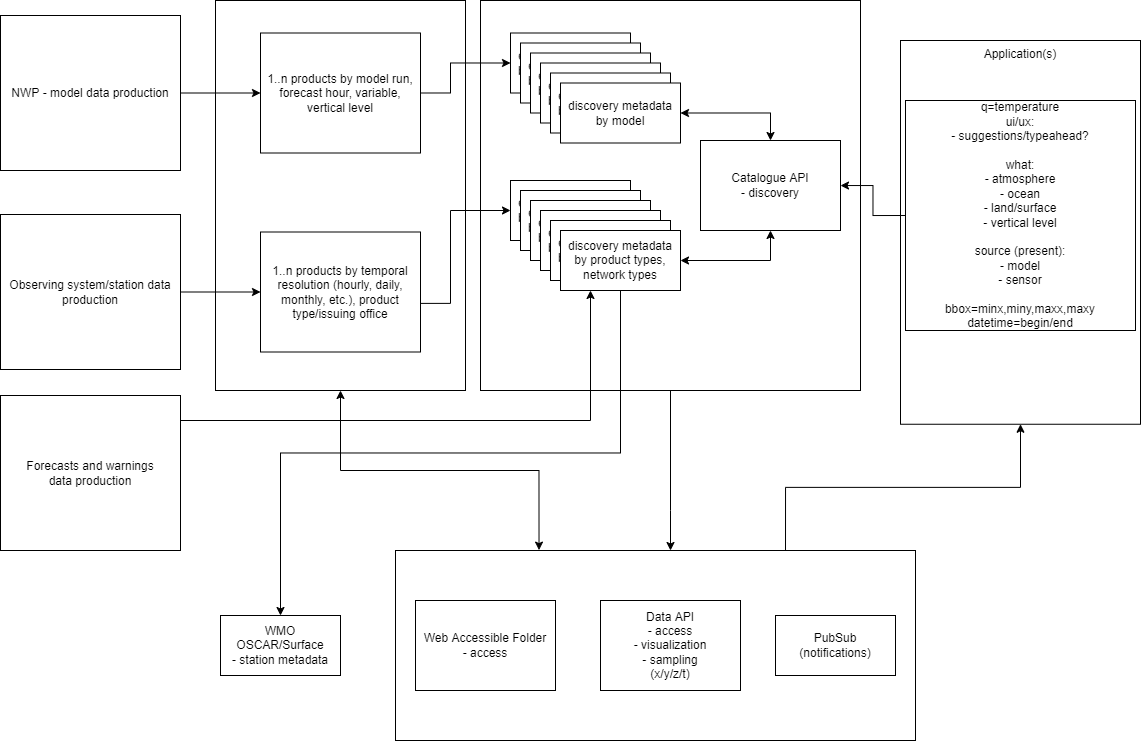
Above: standard/images/metadata-discovery-workflow.png in wmo-im/wcmp2 (draw.io), before the change. Source tidied: cells renumbered, new cells last; positions are measured from the earlier drawing's top-left corner, leaving out a move shared by most shapes.
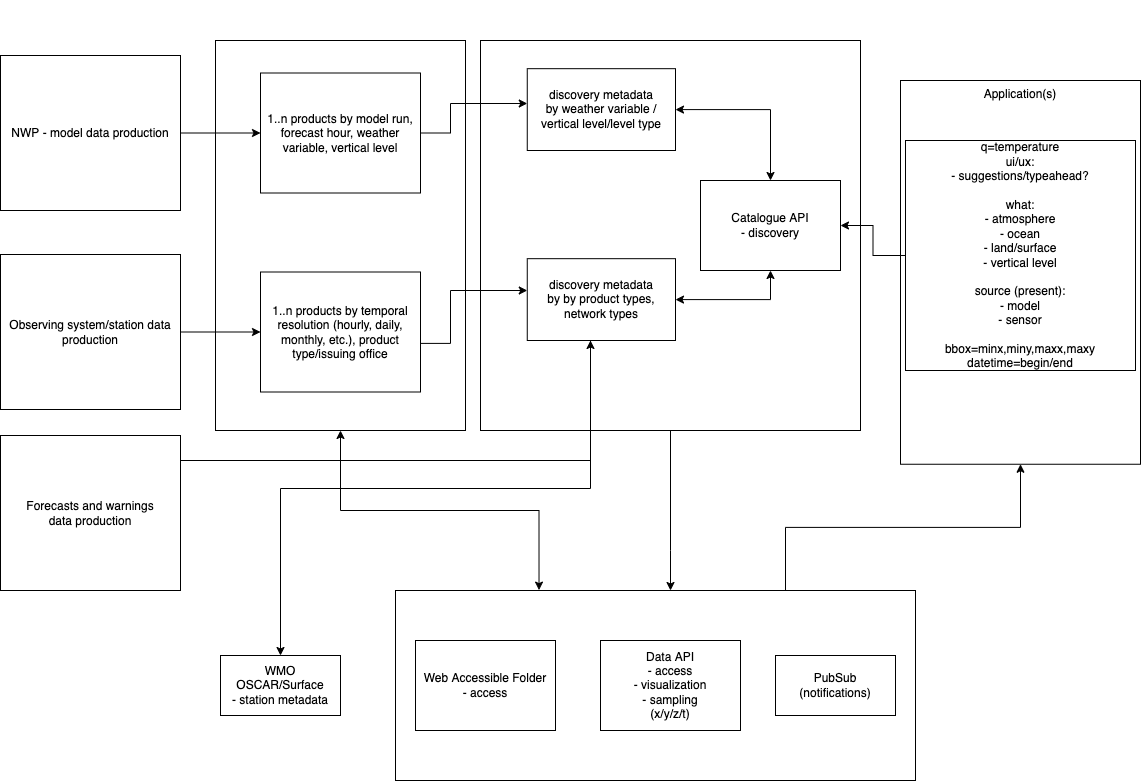
Later version of the same file.

What changed in the source:
```diff
@@ -28,37 +28,22 @@
     <mxCell id="8" value="q=temperature&lt;br&gt;ui/ux:&lt;br&gt;- suggestions/typeahead?&lt;br&gt;&lt;br&gt;what:&lt;br&gt;- atmosphere&lt;br&gt;- ocean&lt;br&gt;- land/surface&lt;br&gt;- vertical level&lt;br&gt;&lt;br&gt;source (present):&lt;br&gt;- model&lt;br&gt;- sensor&lt;br&gt;&lt;br&gt;bbox=minx,miny,maxx,maxy&lt;br&gt;datetime=begin/end" style="whiteSpace=wrap;html=1;" parent="1" vertex="1">
       <mxGeometry x="905" y="100" width="230" height="230" as="geometry" />
     </mxCell>
-    <mxCell id="9" value="1..n products by model run, forecast hour, variable, vertical level" style="rounded=0;whiteSpace=wrap;html=1;" parent="1" vertex="1">
+    <mxCell id="9" value="1..n products by model run, forecast hour, weather variable, vertical level" style="rounded=0;whiteSpace=wrap;html=1;" parent="1" vertex="1">
       <mxGeometry x="260" y="32.5" width="160" height="120" as="geometry" />
     </mxCell>
     <mxCell id="10" style="endArrow=classic;html=1;rounded=0;edgeStyle=orthogonalEdgeStyle;exitX=1;exitY=0.5;exitDx=0;exitDy=0;" parent="1" edge="1" source="6" target="9">
       <mxGeometry relative="1" as="geometry" />
     </mxCell>
     <mxCell id="11" style="group;" parent="1" vertex="1">
-      <mxGeometry x="510" y="32.5" width="170" height="110" as="geometry" />
+      <mxGeometry x="465" y="-40" width="210" height="150" as="geometry" />
     </mxCell>
     <mxCell id="12" style="group;" parent="11" vertex="1">
-      <mxGeometry width="170" height="110" as="geometry" />
+      <mxGeometry width="210" height="150" as="geometry" />
     </mxCell>
-    <mxCell id="13" value="discovery metadata&lt;br&gt;by weather variable" style="rounded=0;whiteSpace=wrap;html=1;" parent="12" vertex="1">
-      <mxGeometry width="120" height="60" as="geometry" />
-    </mxCell>
-    <mxCell id="14" value="discovery metadata&lt;br&gt;by weather variable" style="rounded=0;whiteSpace=wrap;html=1;" parent="12" vertex="1">
-      <mxGeometry x="10" y="10" width="120" height="60" as="geometry" />
-    </mxCell>
-    <mxCell id="15" value="discovery metadata&lt;br&gt;by weather variable" style="rounded=0;whiteSpace=wrap;html=1;" parent="12" vertex="1">
-      <mxGeometry x="20" y="20" width="120" height="60" as="geometry" />
-    </mxCell>
-    <mxCell id="16" value="discovery metadata&lt;br&gt;by weather variable" style="rounded=0;whiteSpace=wrap;html=1;" parent="12" vertex="1">
-      <mxGeometry x="30" y="30" width="120" height="60" as="geometry" />
-    </mxCell>
-    <mxCell id="17" value="discovery metadata&lt;br&gt;by weather variable" style="rounded=0;whiteSpace=wrap;html=1;" parent="12" vertex="1">
-      <mxGeometry x="40" y="40" width="120" height="60" as="geometry" />
-    </mxCell>
-    <mxCell id="18" value="discovery metadata&lt;br&gt;by model" style="rounded=0;whiteSpace=wrap;html=1;" parent="12" vertex="1">
-      <mxGeometry x="50" y="50" width="120" height="60" as="geometry" />
+    <mxCell id="18" value="discovery metadata&lt;br&gt;by weather variable / vertical level/level type" style="rounded=0;whiteSpace=wrap;html=1;" parent="12" vertex="1">
+      <mxGeometry x="61.8" y="68.2" width="148.2" height="81.8" as="geometry" />
     </mxCell>
-    <mxCell id="19" style="endArrow=classic;html=1;rounded=0;edgeStyle=orthogonalEdgeStyle;exitX=1;exitY=0.5;exitDx=0;exitDy=0;entryX=0;entryY=0.5;entryDx=0;entryDy=0;" parent="1" edge="1" source="9" target="13">
+    <mxCell id="19" style="endArrow=classic;html=1;rounded=0;edgeStyle=orthogonalEdgeStyle;exitX=1;exitY=0.5;exitDx=0;exitDy=0;" parent="1" edge="1" source="9" target="18">
       <mxGeometry relative="1" as="geometry">
         <Array as="points">
           <mxPoint x="450" y="93" />
@@ -66,8 +51,12 @@
         </Array>
       </mxGeometry>
     </mxCell>
-    <mxCell id="20" style="startArrow=classic;edgeStyle=orthogonalEdgeStyle;rounded=0;jettySize=auto;html=1;exitX=0.5;exitY=1;exitDx=0;exitDy=0;entryX=1;entryY=0.5;entryDx=0;entryDy=0;" parent="1" edge="1" source="21" target="31">
-      <mxGeometry relative="1" as="geometry" />
+    <mxCell id="20" style="startArrow=classic;edgeStyle=orthogonalEdgeStyle;rounded=0;jettySize=auto;html=1;exitX=0.5;exitY=1;exitDx=0;exitDy=0;entryX=1;entryY=0.5;entryDx=0;entryDy=0;" parent="1" edge="1" source="21" target="46">
+      <mxGeometry relative="1" as="geometry">
+        <Array as="points">
+          <mxPoint x="770" y="259" />
+        </Array>
+      </mxGeometry>
     </mxCell>
     <mxCell id="21" value="Catalogue API&lt;br&gt;- discovery" style="rounded=0;whiteSpace=wrap;html=1;" parent="1" vertex="1">
       <mxGeometry x="700" y="140" width="140" height="90" as="geometry" />
@@ -81,35 +70,14 @@
     <mxCell id="24" style="endArrow=classic;html=1;rounded=0;edgeStyle=orthogonalEdgeStyle;exitX=1;exitY=0.5;exitDx=0;exitDy=0;" parent="1" edge="1" source="22" target="23">
       <mxGeometry relative="1" as="geometry" />
     </mxCell>
-    <mxCell id="25" style="group;" parent="1" vertex="1">
-      <mxGeometry x="510" y="180" width="170" height="110" as="geometry" />
-    </mxCell>
-    <mxCell id="26" value="discovery metadata&lt;br&gt;by weather variable" style="rounded=0;whiteSpace=wrap;html=1;" parent="25" vertex="1">
-      <mxGeometry width="120" height="60" as="geometry" />
-    </mxCell>
-    <mxCell id="27" value="discovery metadata&lt;br&gt;by weather variable" style="rounded=0;whiteSpace=wrap;html=1;" parent="25" vertex="1">
-      <mxGeometry x="10" y="10" width="120" height="60" as="geometry" />
-    </mxCell>
-    <mxCell id="28" value="discovery metadata&lt;br&gt;by weather variable" style="rounded=0;whiteSpace=wrap;html=1;" parent="25" vertex="1">
-      <mxGeometry x="20" y="20" width="120" height="60" as="geometry" />
-    </mxCell>
-    <mxCell id="29" value="discovery metadata&lt;br&gt;by weather variable" style="rounded=0;whiteSpace=wrap;html=1;" parent="25" vertex="1">
-      <mxGeometry x="30" y="30" width="120" height="60" as="geometry" />
-    </mxCell>
-    <mxCell id="30" value="discovery metadata&lt;br&gt;by weather variable" style="rounded=0;whiteSpace=wrap;html=1;" parent="25" vertex="1">
-      <mxGeometry x="40" y="40" width="120" height="60" as="geometry" />
-    </mxCell>
-    <mxCell id="31" value="discovery metadata&lt;br&gt;by product types, network types" style="rounded=0;whiteSpace=wrap;html=1;" parent="25" vertex="1">
-      <mxGeometry x="50" y="50" width="120" height="60" as="geometry" />
-    </mxCell>
     <mxCell id="32" style="startArrow=classic;endArrow=classic;html=1;rounded=0;edgeStyle=orthogonalEdgeStyle;exitX=1;exitY=0.5;exitDx=0;exitDy=0;entryX=0.5;entryY=0;entryDx=0;entryDy=0;" parent="1" edge="1" source="18" target="21">
       <mxGeometry relative="1" as="geometry" />
     </mxCell>
-    <mxCell id="33" style="endArrow=classic;html=1;rounded=0;edgeStyle=orthogonalEdgeStyle;entryX=0;entryY=0.5;entryDx=0;entryDy=0;exitX=0.999;exitY=0.595;exitDx=0;exitDy=0;exitPerimeter=0;" parent="1" edge="1" source="23" target="26">
+    <mxCell id="33" style="endArrow=classic;html=1;rounded=0;edgeStyle=orthogonalEdgeStyle;exitX=0.999;exitY=0.595;exitDx=0;exitDy=0;exitPerimeter=0;" parent="1" edge="1" source="23" target="46">
       <mxGeometry relative="1" as="geometry">
         <Array as="points">
           <mxPoint x="450" y="303" />
-          <mxPoint x="450" y="210" />
+          <mxPoint x="450" y="250" />
         </Array>
       </mxGeometry>
     </mxCell>
@@ -137,10 +105,16 @@
     <mxCell id="41" value="WMO OSCAR/Surface&lt;br&gt;- station metadata" style="rounded=0;whiteSpace=wrap;html=1;" parent="1" vertex="1">
       <mxGeometry x="220" y="615" width="120" height="60" as="geometry" />
     </mxCell>
-    <mxCell id="42" style="edgeStyle=orthogonalEdgeStyle;rounded=0;jettySize=auto;html=1;exitX=0.5;exitY=1;exitDx=0;exitDy=0;entryX=0.5;entryY=0;entryDx=0;entryDy=0;" parent="1" edge="1" source="31" target="41">
-      <mxGeometry relative="1" as="geometry" />
+    <mxCell id="42" style="edgeStyle=orthogonalEdgeStyle;rounded=0;jettySize=auto;html=1;exitX=0.642;exitY=1;exitDx=0;exitDy=0;entryX=0.5;entryY=0;entryDx=0;entryDy=0;exitPerimeter=0;" parent="1" edge="1" source="46" target="41">
+      <mxGeometry relative="1" as="geometry">
+        <Array as="points">
+          <mxPoint x="590" y="280" />
+          <mxPoint x="590" y="448" />
+          <mxPoint x="280" y="448" />
+        </Array>
+      </mxGeometry>
     </mxCell>
-    <mxCell id="43" style="edgeStyle=orthogonalEdgeStyle;rounded=0;jettySize=auto;html=1;exitX=1;exitY=0.5;exitDx=0;exitDy=0;entryX=0.25;entryY=1;entryDx=0;entryDy=0;" parent="1" edge="1" source="44" target="31">
+    <mxCell id="43" style="edgeStyle=orthogonalEdgeStyle;rounded=0;jettySize=auto;html=1;exitX=1;exitY=0.5;exitDx=0;exitDy=0;" parent="1" edge="1" source="44" target="46">
       <mxGeometry relative="1" as="geometry">
         <Array as="points">
           <mxPoint x="180" y="420" />
@@ -151,5 +125,11 @@
     <mxCell id="44" value="Forecasts and warnings&lt;br&gt;data production" style="rounded=0;whiteSpace=wrap;html=1;" parent="1" vertex="1">
       <mxGeometry y="395" width="180" height="155" as="geometry" />
     </mxCell>
+    <mxCell id="45" style="group;" parent="1" vertex="1">
+      <mxGeometry x="465" y="150" width="210" height="150" as="geometry" />
+    </mxCell>
+    <mxCell id="46" value="discovery metadata&lt;br&gt;by by product types, network types" style="rounded=0;whiteSpace=wrap;html=1;" parent="45" vertex="1">
+      <mxGeometry x="61.8" y="68.2" width="148.2" height="81.8" as="geometry" />
+    </mxCell>
   </root>
 </mxGraphModel>
```
